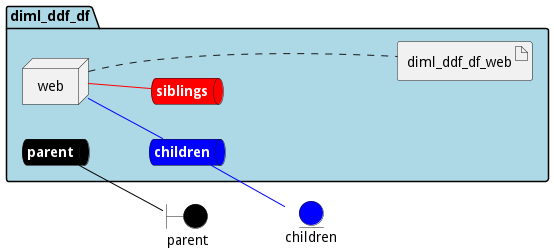
This is docs/edgemere/diml/ddf/df/envs/dev/deployment.png from madajaju/edgemere, a PlantUML export, as it was before one commit.
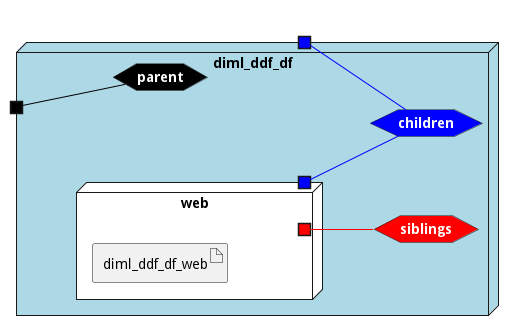
Above is the later version.

What changed in the source:
```diff
@@ -3,43 +3,45 @@
 left to right direction
 
 
-boundary parent #black
-
-
-entity children #blue
 
 
 
 
-package "diml_ddf_df" #lightblue {
-    queue parentnet #black [
+
+node "diml_ddf_df" #lightblue {
+
+
+    hexagon parentnet #black [
             <b><color:white>parent</color></b>
     ]
 
-    parentnet -[#black]- parent
+    portin " " as parentnetPortIn #black
+    parentnetPortIn -[#black]- parentnet
 
-    queue childrennet #blue [
+    hexagon childrennet #blue [
             <b><color:white>children</color></b>
     ]
 
-    childrennet -[#blue]- children
+    portout " " as childrennetPortOut #blue
+    childrennet -[#blue]- childrennetPortOut
 
-    queue siblingsnet #red [
+    hexagon siblingsnet #red [
             <b><color:white>siblings</color></b>
     ]
 
 
-node "web" as webService
+node "web" as webService #white {
+    portOut " " as webServicechildrennet #blue
+   webServicechildrennet -[#blue]- childrennet
+       portOut " " as webServicesiblingsnet #red
+   webServicesiblingsnet -[#red]- siblingsnet
 
 
-        artifact "diml_ddf_df_web" as diml_ddf_df_webimage
+    artifact "diml_ddf_df_web" as diml_ddf_df_webimage
 
 }
 
-webService -[#blue]- childrennet
-
-webService -[#red]- siblingsnet
-webService .... diml_ddf_df_webimage
+}
 
 
 @enduml
```
